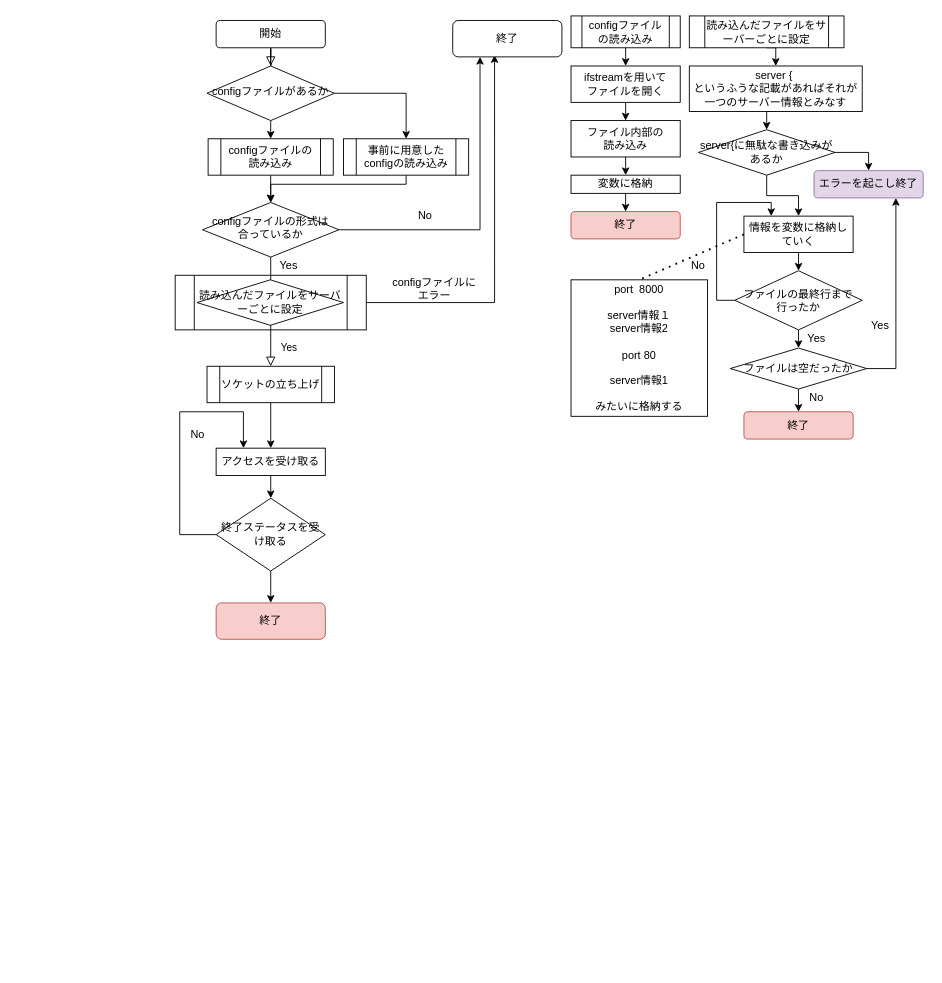
Earlier version of the draw.io diagram 名称未設定ファイル.drawio (molhot/weSERRRRRRRRVVVElovyu). Source tidied: cells renumbered, new cells numbered last; positions are measured from the earlier drawing's top-left corner, leaving out a move shared by most shapes. Both pictures are drawn from the tidied source at 91%, with x=0, y=0 at pixel (170, 15).
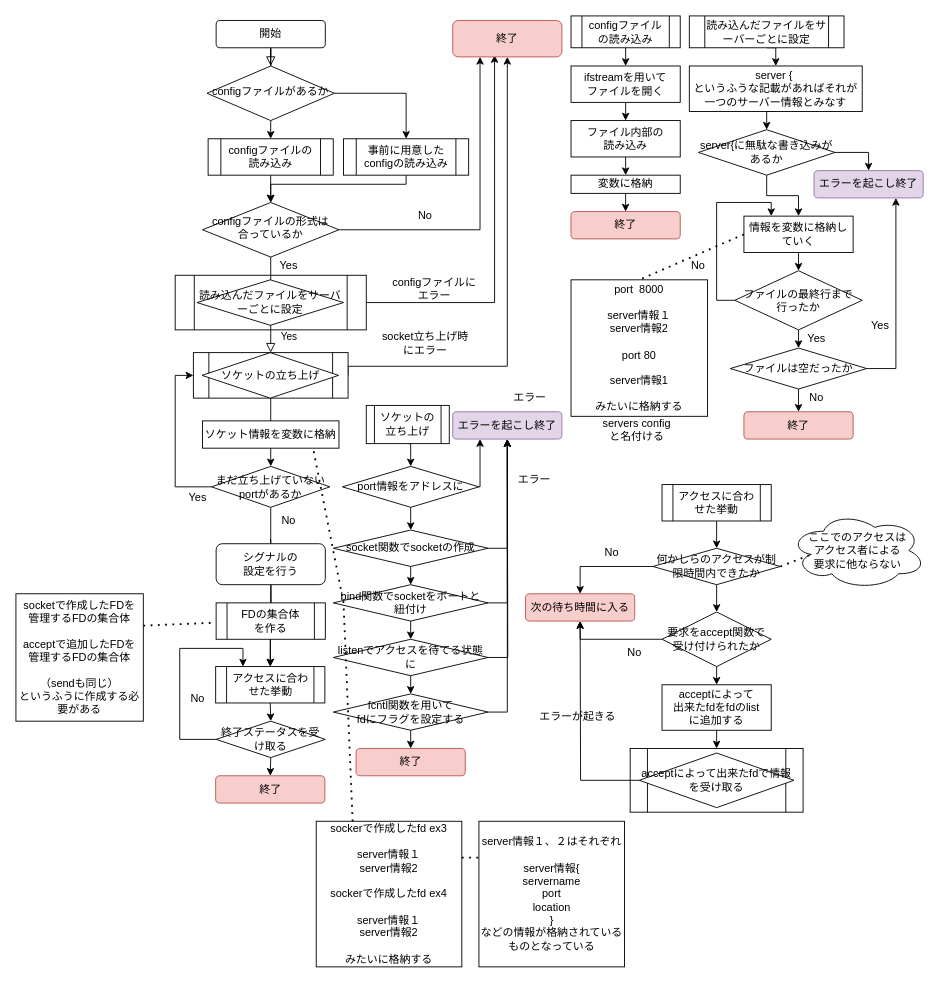
After the change.

Commit message:
名称未設定ファイル.drawio を更新します

Diff of the diagram source:
```diff
@@
-    <mxCell id="9" value="終了" style="rounded=1;whiteSpace=wrap;html=1;fontSize=12;glass=0;strokeWidth=1;shadow=0;" parent="1" vertex="1">
+    <mxCell id="9" value="終了" style="rounded=1;whiteSpace=wrap;html=1;fontSize=12;glass=0;strokeWidth=1;shadow=0;fillColor=#f8cecc;strokeColor=#b85450;" parent="1" vertex="1">
       <mxGeometry x="310" y="5" width="120" height="40" as="geometry" />
     </mxCell>
@@
-    <mxCell id="13" style="edgeStyle=orthogonalEdgeStyle;rounded=0;jettySize=auto;html=1;exitX=0.5;exitY=1;exitDx=0;exitDy=0;entryX=0.5;entryY=0;entryDx=0;entryDy=0;" parent="1" edge="1" source="14" target="16">
+    <mxCell id="13" style="edgeStyle=orthogonalEdgeStyle;rounded=0;jettySize=auto;html=1;exitX=0.5;exitY=1;exitDx=0;exitDy=0;entryX=0.5;entryY=0;entryDx=0;entryDy=0;" parent="1" edge="1" source="99" target="87">
       <mxGeometry relative="1" as="geometry" />
     </mxCell>
+    <mxCell id="62" style="edgeStyle=orthogonalEdgeStyle;rounded=0;jettySize=auto;html=1;exitX=1;exitY=0.5;exitDx=0;exitDy=0;entryX=0.5;entryY=1;entryDx=0;entryDy=0;" parent="1" edge="1" source="14" target="9">
+      <mxGeometry relative="1" as="geometry">
+        <Array as="points">
+          <mxPoint x="195" y="385" />
+          <mxPoint x="370" y="385" />
+        </Array>
+      </mxGeometry>
+    </mxCell>
-    <mxCell id="14" value="ソケットの立ち上げ" style="shape=process;whiteSpace=wrap;html=1;backgroundOutline=1;" parent="1" vertex="1">
-      <mxGeometry x="40" y="385" width="140" height="40" as="geometry" />
+    <mxCell id="14" style="shape=process;whiteSpace=wrap;html=1;backgroundOutline=1;" parent="1" vertex="1">
+      <mxGeometry x="25" y="370" width="170" height="50" as="geometry" />
     </mxCell>
-    <mxCell id="15" style="edgeStyle=orthogonalEdgeStyle;rounded=0;jettySize=auto;html=1;exitX=0.5;exitY=1;exitDx=0;exitDy=0;entryX=0.5;entryY=0;entryDx=0;entryDy=0;" parent="1" edge="1" source="16" target="20">
+    <mxCell id="15" style="edgeStyle=orthogonalEdgeStyle;rounded=0;jettySize=auto;html=1;exitX=0.5;exitY=1;exitDx=0;exitDy=0;entryX=0.5;entryY=0;entryDx=0;entryDy=0;" parent="1" edge="1" source="87" target="20">
       <mxGeometry relative="1" as="geometry" />
     </mxCell>
-    <mxCell id="16" value="アクセスを受け取る" style="rounded=0;whiteSpace=wrap;html=1;" parent="1" vertex="1">
-      <mxGeometry x="50" y="475" width="120" height="30" as="geometry" />
-    </mxCell>
     <mxCell id="17" value="No" style="text;html=1;strokeColor=none;fillColor=none;align=center;verticalAlign=middle;whiteSpace=wrap;rounded=0;" parent="1" vertex="1">
-      <mxGeometry y="445" width="60" height="30" as="geometry" />
+      <mxGeometry y="735" width="60" height="30" as="geometry" />
     </mxCell>
-    <mxCell id="18" style="edgeStyle=orthogonalEdgeStyle;rounded=0;jettySize=auto;html=1;exitX=0;exitY=0.5;exitDx=0;exitDy=0;entryX=0.25;entryY=0;entryDx=0;entryDy=0;" parent="1" edge="1" source="20" target="16">
+    <mxCell id="18" style="edgeStyle=orthogonalEdgeStyle;rounded=0;jettySize=auto;html=1;exitX=0;exitY=0.5;exitDx=0;exitDy=0;entryX=0.25;entryY=0;entryDx=0;entryDy=0;" parent="1" edge="1" source="20" target="87">
       <mxGeometry relative="1" as="geometry">
         <Array as="points">
-          <mxPoint x="10" y="570" />
-          <mxPoint x="10" y="435" />
-          <mxPoint x="80" y="435" />
+          <mxPoint x="10" y="795" />
+          <mxPoint x="10" y="695" />
+          <mxPoint x="80" y="695" />
         </Array>
       </mxGeometry>
     </mxCell>
@@
     <mxCell id="20" value="終了ステータスを受け取る" style="rhombus;whiteSpace=wrap;html=1;" parent="1" vertex="1">
-      <mxGeometry x="50" y="530" width="120" height="80" as="geometry" />
+      <mxGeometry x="50" y="775" width="120" height="40" as="geometry" />
     </mxCell>
     <mxCell id="21" value="終了" style="rounded=1;whiteSpace=wrap;html=1;fontSize=12;glass=0;strokeWidth=1;shadow=0;fillColor=#f8cecc;strokeColor=#b85450;" parent="1" vertex="1">
-      <mxGeometry x="50" y="645" width="120" height="40" as="geometry" />
+      <mxGeometry x="49.5" y="835" width="120" height="30" as="geometry" />
     </mxCell>
@@
+    <mxCell id="63" value="servers config&lt;br&gt;と名付ける" style="text;html=1;strokeColor=none;fillColor=none;align=center;verticalAlign=middle;whiteSpace=wrap;rounded=0;" parent="1" vertex="1">
+      <mxGeometry x="455" y="440" width="115" height="30" as="geometry" />
+    </mxCell>
+    <mxCell id="64" value="ソケットの立ち上げ" style="rhombus;whiteSpace=wrap;html=1;" parent="1" vertex="1">
+      <mxGeometry x="34.5" y="370" width="150" height="50" as="geometry" />
+    </mxCell>
+    <mxCell id="65" style="edgeStyle=orthogonalEdgeStyle;rounded=0;jettySize=auto;html=1;exitX=0.5;exitY=1;exitDx=0;exitDy=0;entryX=0.5;entryY=0;entryDx=0;entryDy=0;" parent="1" edge="1" source="66" target="69">
+      <mxGeometry relative="1" as="geometry" />
+    </mxCell>
+    <mxCell id="66" value="ソケットの立ち上げ" style="shape=process;whiteSpace=wrap;html=1;backgroundOutline=1;" parent="1" vertex="1">
+      <mxGeometry x="215" y="428" width="91.2" height="42" as="geometry" />
+    </mxCell>
+    <mxCell id="67" style="edgeStyle=orthogonalEdgeStyle;rounded=0;jettySize=auto;html=1;exitX=1;exitY=0.5;exitDx=0;exitDy=0;entryX=0.25;entryY=1;entryDx=0;entryDy=0;" parent="1" edge="1" source="69" target="70">
+      <mxGeometry relative="1" as="geometry">
+        <Array as="points">
+          <mxPoint x="340" y="518" />
+        </Array>
+      </mxGeometry>
+    </mxCell>
+    <mxCell id="68" style="edgeStyle=orthogonalEdgeStyle;rounded=0;jettySize=auto;html=1;exitX=0.5;exitY=1;exitDx=0;exitDy=0;entryX=0.5;entryY=0;entryDx=0;entryDy=0;" parent="1" edge="1" source="69" target="74">
+      <mxGeometry relative="1" as="geometry" />
+    </mxCell>
+    <mxCell id="69" value="port情報をアドレスに" style="rhombus;whiteSpace=wrap;html=1;" parent="1" vertex="1">
+      <mxGeometry x="188.8" y="495" width="150" height="45" as="geometry" />
+    </mxCell>
+    <mxCell id="70" value="エラーを起こし終了" style="rounded=1;whiteSpace=wrap;html=1;fillColor=#e1d5e7;strokeColor=#9673a6;" parent="1" vertex="1">
+      <mxGeometry x="310" y="435" width="120" height="30" as="geometry" />
+    </mxCell>
+    <mxCell id="71" value="エラー" style="text;html=1;strokeColor=none;fillColor=none;align=center;verticalAlign=middle;whiteSpace=wrap;rounded=0;" parent="1" vertex="1">
+      <mxGeometry x="365" y="405" width="60" height="30" as="geometry" />
+    </mxCell>
+    <mxCell id="72" style="edgeStyle=orthogonalEdgeStyle;rounded=0;jettySize=auto;html=1;exitX=1;exitY=0.5;exitDx=0;exitDy=0;entryX=0.5;entryY=1;entryDx=0;entryDy=0;" parent="1" edge="1" source="74" target="70">
+      <mxGeometry relative="1" as="geometry" />
+    </mxCell>
+    <mxCell id="73" style="edgeStyle=orthogonalEdgeStyle;rounded=0;jettySize=auto;html=1;exitX=0.5;exitY=1;exitDx=0;exitDy=0;entryX=0.5;entryY=0;entryDx=0;entryDy=0;" parent="1" edge="1" source="74" target="78">
+      <mxGeometry relative="1" as="geometry" />
+    </mxCell>
+    <mxCell id="74" value="socket関数でsocketの作成" style="rhombus;whiteSpace=wrap;html=1;" parent="1" vertex="1">
+      <mxGeometry x="178.8" y="565" width="170" height="40" as="geometry" />
+    </mxCell>
+    <mxCell id="75" value="エラー" style="text;html=1;strokeColor=none;fillColor=none;align=center;verticalAlign=middle;whiteSpace=wrap;rounded=0;" parent="1" vertex="1">
+      <mxGeometry x="370" y="495" width="60" height="30" as="geometry" />
+    </mxCell>
+    <mxCell id="76" style="edgeStyle=orthogonalEdgeStyle;rounded=0;jettySize=auto;html=1;exitX=1;exitY=0.5;exitDx=0;exitDy=0;entryX=0.5;entryY=1;entryDx=0;entryDy=0;" parent="1" edge="1" source="78" target="70">
+      <mxGeometry relative="1" as="geometry" />
+    </mxCell>
+    <mxCell id="77" style="edgeStyle=orthogonalEdgeStyle;rounded=0;jettySize=auto;html=1;exitX=0.5;exitY=1;exitDx=0;exitDy=0;entryX=0.5;entryY=0;entryDx=0;entryDy=0;" parent="1" edge="1" source="78" target="81">
+      <mxGeometry relative="1" as="geometry" />
+    </mxCell>
+    <mxCell id="78" value="bind関数でsocketをポートと&lt;br&gt;紐付け" style="rhombus;whiteSpace=wrap;html=1;" parent="1" vertex="1">
+      <mxGeometry x="178.8" y="625" width="170" height="40" as="geometry" />
+    </mxCell>
+    <mxCell id="79" style="edgeStyle=orthogonalEdgeStyle;rounded=0;jettySize=auto;html=1;exitX=1;exitY=0.5;exitDx=0;exitDy=0;" parent="1" edge="1" source="81">
+      <mxGeometry relative="1" as="geometry">
+        <mxPoint x="370" y="465" as="targetPoint" />
+      </mxGeometry>
+    </mxCell>
+    <mxCell id="80" style="edgeStyle=orthogonalEdgeStyle;rounded=0;jettySize=auto;html=1;exitX=0.5;exitY=1;exitDx=0;exitDy=0;entryX=0.5;entryY=0;entryDx=0;entryDy=0;" parent="1" edge="1" source="81" target="84">
+      <mxGeometry relative="1" as="geometry" />
+    </mxCell>
+    <mxCell id="81" value="listenでアクセスを待てる状態に" style="rhombus;whiteSpace=wrap;html=1;" parent="1" vertex="1">
+      <mxGeometry x="178.8" y="685" width="170" height="40" as="geometry" />
+    </mxCell>
+    <mxCell id="82" style="edgeStyle=orthogonalEdgeStyle;rounded=0;jettySize=auto;html=1;exitX=1;exitY=0.5;exitDx=0;exitDy=0;entryX=0.5;entryY=1;entryDx=0;entryDy=0;" parent="1" edge="1" source="84" target="70">
+      <mxGeometry relative="1" as="geometry" />
+    </mxCell>
+    <mxCell id="83" style="edgeStyle=orthogonalEdgeStyle;rounded=0;jettySize=auto;html=1;exitX=0.5;exitY=1;exitDx=0;exitDy=0;entryX=0.5;entryY=0;entryDx=0;entryDy=0;" parent="1" edge="1" source="84" target="85">
+      <mxGeometry relative="1" as="geometry" />
+    </mxCell>
+    <mxCell id="84" value="fcntl関数を用いて&lt;br&gt;fdにフラグを設定する" style="rhombus;whiteSpace=wrap;html=1;" parent="1" vertex="1">
+      <mxGeometry x="178.8" y="745" width="170" height="40" as="geometry" />
+    </mxCell>
+    <mxCell id="85" value="終了" style="rounded=1;whiteSpace=wrap;html=1;fillColor=#f8cecc;strokeColor=#b85450;" parent="1" vertex="1">
+      <mxGeometry x="203.8" y="805" width="120" height="30" as="geometry" />
+    </mxCell>
+    <mxCell id="86" style="edgeStyle=orthogonalEdgeStyle;rounded=0;jettySize=auto;html=1;exitX=0.5;exitY=1;exitDx=0;exitDy=0;entryX=0.5;entryY=0;entryDx=0;entryDy=0;" parent="1" edge="1" target="87">
+      <mxGeometry relative="1" as="geometry">
+        <mxPoint x="110" y="575" as="sourcePoint" />
+      </mxGeometry>
+    </mxCell>
+    <mxCell id="87" value="アクセスに合わせた挙動" style="shape=process;whiteSpace=wrap;html=1;backgroundOutline=1;" parent="1" vertex="1">
+      <mxGeometry x="49.5" y="715" width="120" height="40" as="geometry" />
+    </mxCell>
+    <mxCell id="88" style="edgeStyle=orthogonalEdgeStyle;rounded=0;jettySize=auto;html=1;exitX=0.5;exitY=1;exitDx=0;exitDy=0;entryX=0.5;entryY=0;entryDx=0;entryDy=0;" parent="1" edge="1" source="89" target="92">
+      <mxGeometry relative="1" as="geometry" />
+    </mxCell>
+    <mxCell id="89" value="アクセスに合わせた挙動" style="shape=process;whiteSpace=wrap;html=1;backgroundOutline=1;" parent="1" vertex="1">
+      <mxGeometry x="540" y="515" width="120" height="40" as="geometry" />
+    </mxCell>
+    <mxCell id="90" style="edgeStyle=orthogonalEdgeStyle;rounded=0;jettySize=auto;html=1;exitX=0;exitY=0.5;exitDx=0;exitDy=0;entryX=0.5;entryY=0;entryDx=0;entryDy=0;" parent="1" edge="1" source="92" target="93">
+      <mxGeometry relative="1" as="geometry" />
+    </mxCell>
+    <mxCell id="91" style="edgeStyle=orthogonalEdgeStyle;rounded=0;jettySize=auto;html=1;exitX=0.5;exitY=1;exitDx=0;exitDy=0;entryX=0.5;entryY=0;entryDx=0;entryDy=0;" parent="1" edge="1" source="92" target="112">
+      <mxGeometry relative="1" as="geometry" />
+    </mxCell>
+    <mxCell id="92" value="何かしらのアクセスが制限時間内できたか" style="rhombus;whiteSpace=wrap;html=1;" parent="1" vertex="1">
+      <mxGeometry x="530" y="585" width="140" height="40" as="geometry" />
+    </mxCell>
+    <mxCell id="93" value="次の待ち時間に入る" style="rounded=1;whiteSpace=wrap;html=1;fillColor=#f8cecc;strokeColor=#b85450;" parent="1" vertex="1">
+      <mxGeometry x="390" y="635" width="120" height="30" as="geometry" />
+    </mxCell>
+    <mxCell id="94" value="No" style="text;html=1;strokeColor=none;fillColor=none;align=center;verticalAlign=middle;whiteSpace=wrap;rounded=0;" parent="1" vertex="1">
+      <mxGeometry x="455" y="575" width="60" height="30" as="geometry" />
+    </mxCell>
+    <mxCell id="95" value="FDの集合体&lt;br&gt;を作る" style="shape=process;whiteSpace=wrap;html=1;backgroundOutline=1;" parent="1" vertex="1">
+      <mxGeometry x="50" y="645" width="120" height="40" as="geometry" />
+    </mxCell>
+    <mxCell id="96" value="シグナルの&lt;br&gt;設定を行う" style="rounded=1;whiteSpace=wrap;html=1;" parent="1" vertex="1">
+      <mxGeometry x="50" y="580" width="120" height="45" as="geometry" />
+    </mxCell>
+    <mxCell id="97" style="edgeStyle=orthogonalEdgeStyle;rounded=0;jettySize=auto;html=1;exitX=0.5;exitY=1;exitDx=0;exitDy=0;entryX=0.5;entryY=0;entryDx=0;entryDy=0;" parent="1" edge="1" source="14" target="99">
+      <mxGeometry relative="1" as="geometry" />
+    </mxCell>
+    <mxCell id="98" style="edgeStyle=orthogonalEdgeStyle;rounded=0;jettySize=auto;html=1;exitX=0;exitY=0.5;exitDx=0;exitDy=0;entryX=0;entryY=0.5;entryDx=0;entryDy=0;" parent="1" edge="1" source="99" target="14">
+      <mxGeometry relative="1" as="geometry" />
+    </mxCell>
+    <mxCell id="99" value="まだ立ち上げていないportがあるか" style="rhombus;whiteSpace=wrap;html=1;" parent="1" vertex="1">
+      <mxGeometry x="45" y="495" width="130" height="45" as="geometry" />
+    </mxCell>
+    <mxCell id="100" value="ソケット情報を変数に格納" style="rounded=0;whiteSpace=wrap;html=1;" parent="1" vertex="1">
+      <mxGeometry x="35" y="445" width="150" height="30" as="geometry" />
+    </mxCell>
+    <mxCell id="101" value="Yes" style="text;html=1;strokeColor=none;fillColor=none;align=center;verticalAlign=middle;whiteSpace=wrap;rounded=0;" parent="1" vertex="1">
+      <mxGeometry y="515" width="60" height="30" as="geometry" />
+    </mxCell>
+    <mxCell id="102" value="No" style="text;html=1;strokeColor=none;fillColor=none;align=center;verticalAlign=middle;whiteSpace=wrap;rounded=0;" parent="1" vertex="1">
+      <mxGeometry x="100" y="540" width="60" height="30" as="geometry" />
+    </mxCell>
+    <mxCell id="103" value="sockerで作成したfd ex3&lt;br&gt;&lt;br&gt;server情報１&lt;br&gt;server情報2&lt;br&gt;&lt;br&gt;sockerで作成したfd ex4&lt;br&gt;&lt;br&gt;server情報１&lt;br style=&quot;border-color: var(--border-color);&quot;&gt;server情報2&lt;br&gt;&lt;br&gt;みたいに格納する" style="whiteSpace=wrap;html=1;" parent="1" vertex="1">
+      <mxGeometry x="160" y="885" width="160" height="160" as="geometry" />
+    </mxCell>
+    <mxCell id="104" style="endArrow=none;dashed=1;html=1;dashPattern=1 3;strokeWidth=2;rounded=0;entryX=0.813;entryY=1.067;entryDx=0;entryDy=0;entryPerimeter=0;exitX=0.25;exitY=0;exitDx=0;exitDy=0;" parent="1" edge="1" source="103" target="100">
+      <mxGeometry relative="1" as="geometry">
+        <Array as="points">
+          <mxPoint x="190" y="645" />
+        </Array>
+      </mxGeometry>
+    </mxCell>
+    <mxCell id="105" value="socket立ち上げ時にエラー" style="text;html=1;strokeColor=none;fillColor=none;align=center;verticalAlign=middle;whiteSpace=wrap;rounded=0;" parent="1" vertex="1">
+      <mxGeometry x="230" y="345" width="100" height="30" as="geometry" />
+    </mxCell>
+    <mxCell id="106" style="endArrow=none;dashed=1;html=1;dashPattern=1 3;strokeWidth=2;rounded=0;exitX=1;exitY=0.25;exitDx=0;exitDy=0;entryX=0;entryY=0.25;entryDx=0;entryDy=0;" parent="1" edge="1" source="103" target="107">
+      <mxGeometry relative="1" as="geometry" />
+    </mxCell>
+    <mxCell id="107" value="server情報１、２はそれぞれ&lt;br&gt;&lt;br&gt;server情報{&lt;br&gt;servername&lt;br&gt;port&lt;br&gt;location&lt;br&gt;}&lt;br&gt;などの情報が格納されているものとなっている" style="whiteSpace=wrap;html=1;" parent="1" vertex="1">
+      <mxGeometry x="338.8" y="885" width="160" height="160" as="geometry" />
+    </mxCell>
+    <mxCell id="108" value="ここでのアクセスは&lt;br&gt;アクセス者による&lt;br&gt;要求に他ならない" style="ellipse;shape=cloud;whiteSpace=wrap;html=1;" parent="1" vertex="1">
+      <mxGeometry x="680" y="545" width="150" height="85" as="geometry" />
+    </mxCell>
+    <mxCell id="109" style="endArrow=none;dashed=1;html=1;dashPattern=1 3;strokeWidth=2;rounded=0;entryX=0.16;entryY=0.55;entryDx=0;entryDy=0;entryPerimeter=0;exitX=1;exitY=0.5;exitDx=0;exitDy=0;" parent="1" edge="1" source="92" target="108">
+      <mxGeometry relative="1" as="geometry" />
+    </mxCell>
+    <mxCell id="110" style="edgeStyle=orthogonalEdgeStyle;rounded=0;jettySize=auto;html=1;exitX=0;exitY=0.5;exitDx=0;exitDy=0;entryX=0.5;entryY=1;entryDx=0;entryDy=0;" parent="1" edge="1" source="112" target="93">
+      <mxGeometry relative="1" as="geometry">
+        <Array as="points">
+          <mxPoint x="450" y="685" />
+        </Array>
+      </mxGeometry>
+    </mxCell>
+    <mxCell id="111" style="edgeStyle=orthogonalEdgeStyle;rounded=0;jettySize=auto;html=1;exitX=0.5;exitY=1;exitDx=0;exitDy=0;entryX=0.5;entryY=0;entryDx=0;entryDy=0;" parent="1" edge="1" source="112" target="117">
+      <mxGeometry relative="1" as="geometry" />
+    </mxCell>
+    <mxCell id="112" value="要求をaccept関数で受け付けられたか" style="rhombus;whiteSpace=wrap;html=1;" parent="1" vertex="1">
+      <mxGeometry x="540" y="655" width="120" height="60" as="geometry" />
+    </mxCell>
+    <mxCell id="113" value="No" style="text;html=1;strokeColor=none;fillColor=none;align=center;verticalAlign=middle;whiteSpace=wrap;rounded=0;" parent="1" vertex="1">
+      <mxGeometry x="480" y="685" width="60" height="30" as="geometry" />
+    </mxCell>
+    <mxCell id="114" style="endArrow=none;dashed=1;html=1;dashPattern=1 3;strokeWidth=2;rounded=0;entryX=-0.05;entryY=0.55;entryDx=0;entryDy=0;entryPerimeter=0;exitX=1;exitY=0.25;exitDx=0;exitDy=0;" parent="1" edge="1" source="115" target="95">
+      <mxGeometry relative="1" as="geometry" />
+    </mxCell>
+    <mxCell id="115" value="socketで作成したFDを&lt;br&gt;管理するFDの集合体&lt;br&gt;&lt;br&gt;acceptで追加したFDを&lt;br style=&quot;border-color: var(--border-color);&quot;&gt;管理するFDの集合体&lt;br&gt;&lt;br&gt;（sendも同じ）&lt;br&gt;というふうに作成する必要がある" style="whiteSpace=wrap;html=1;" parent="1" vertex="1">
+      <mxGeometry x="-170" y="635" width="140" height="140" as="geometry" />
+    </mxCell>
+    <mxCell id="116" style="edgeStyle=orthogonalEdgeStyle;rounded=0;jettySize=auto;html=1;exitX=0.5;exitY=1;exitDx=0;exitDy=0;entryX=0.5;entryY=0;entryDx=0;entryDy=0;" parent="1" edge="1" source="117" target="118">
+      <mxGeometry relative="1" as="geometry" />
+    </mxCell>
+    <mxCell id="117" value="acceptによって&lt;br&gt;出来たfdをfdのlist&lt;br&gt;に追加する" style="rounded=0;whiteSpace=wrap;html=1;" parent="1" vertex="1">
+      <mxGeometry x="540" y="735" width="120" height="50" as="geometry" />
+    </mxCell>
+    <mxCell id="118" style="shape=process;whiteSpace=wrap;html=1;backgroundOutline=1;" parent="1" vertex="1">
+      <mxGeometry x="505" y="805" width="190" height="70" as="geometry" />
+    </mxCell>
+    <mxCell id="119" style="edgeStyle=orthogonalEdgeStyle;rounded=0;jettySize=auto;html=1;exitX=0;exitY=0.5;exitDx=0;exitDy=0;" parent="1" edge="1" source="120">
+      <mxGeometry relative="1" as="geometry">
+        <mxPoint x="450" y="665" as="targetPoint" />
+      </mxGeometry>
+    </mxCell>
+    <mxCell id="120" value="acceptによって出来たfdで情報を受け取る" style="rhombus;whiteSpace=wrap;html=1;" parent="1" vertex="1">
+      <mxGeometry x="515" y="810" width="170" height="60" as="geometry" />
+    </mxCell>
+    <mxCell id="121" value="エラーが起きる" style="text;html=1;strokeColor=none;fillColor=none;align=center;verticalAlign=middle;whiteSpace=wrap;rounded=0;" parent="1" vertex="1">
+      <mxGeometry x="400" y="755" width="95" height="30" as="geometry" />
+    </mxCell>
```
